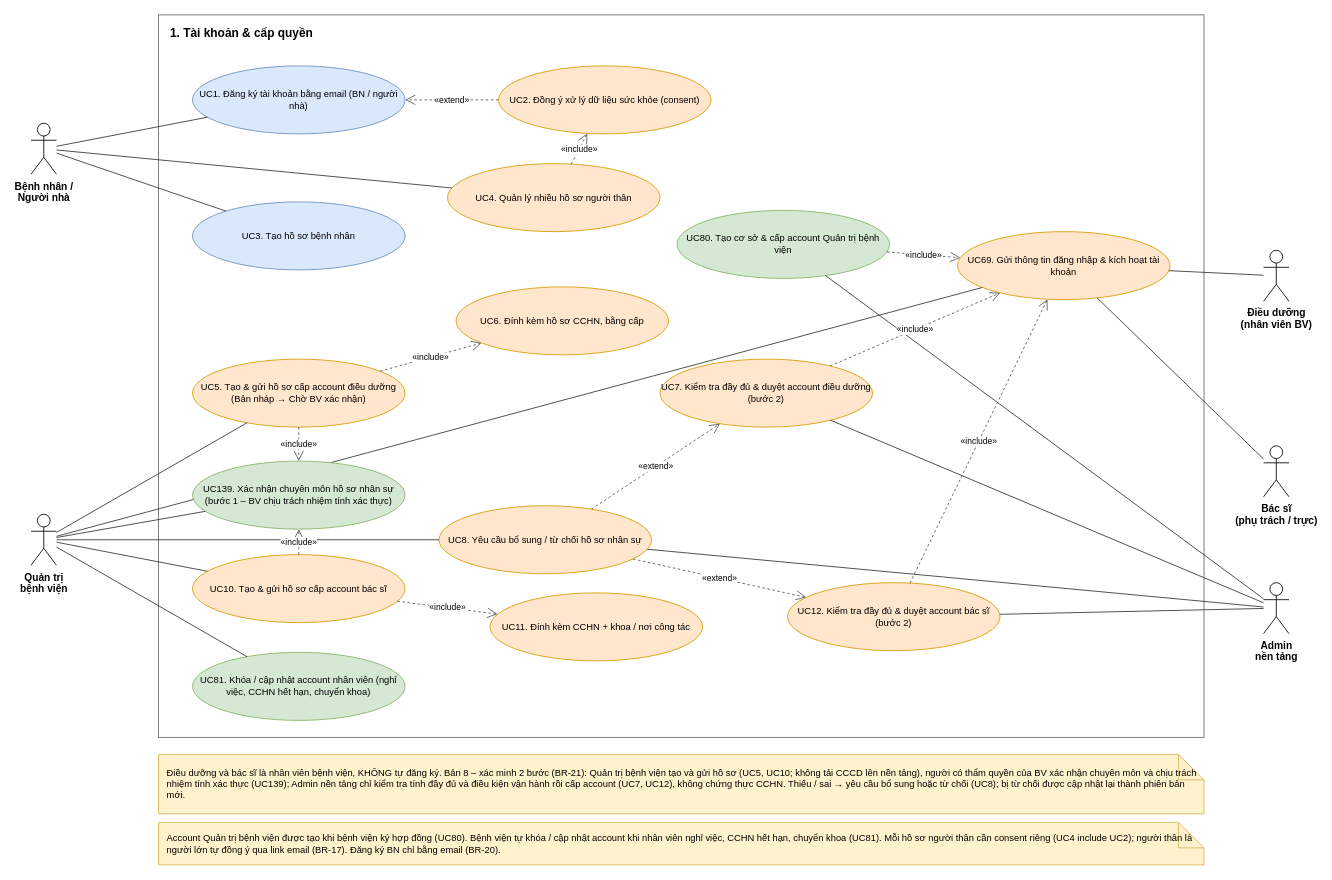
Before: page "1. Tai khoan va cap quyen" (2 of 15) of docs/design/use_case_diagram.drawio in NguyenHuuPhuc-Dev21/HealthCareSystem, a draw.io diagram. Source tidied: cells renumbered, new cells numbered last; positions are measured from the earlier drawing's top-left corner, leaving out a move shared by most shapes. Both pictures are drawn from the tidied source at 85%, with x=0, y=0 at pixel (31, 14).
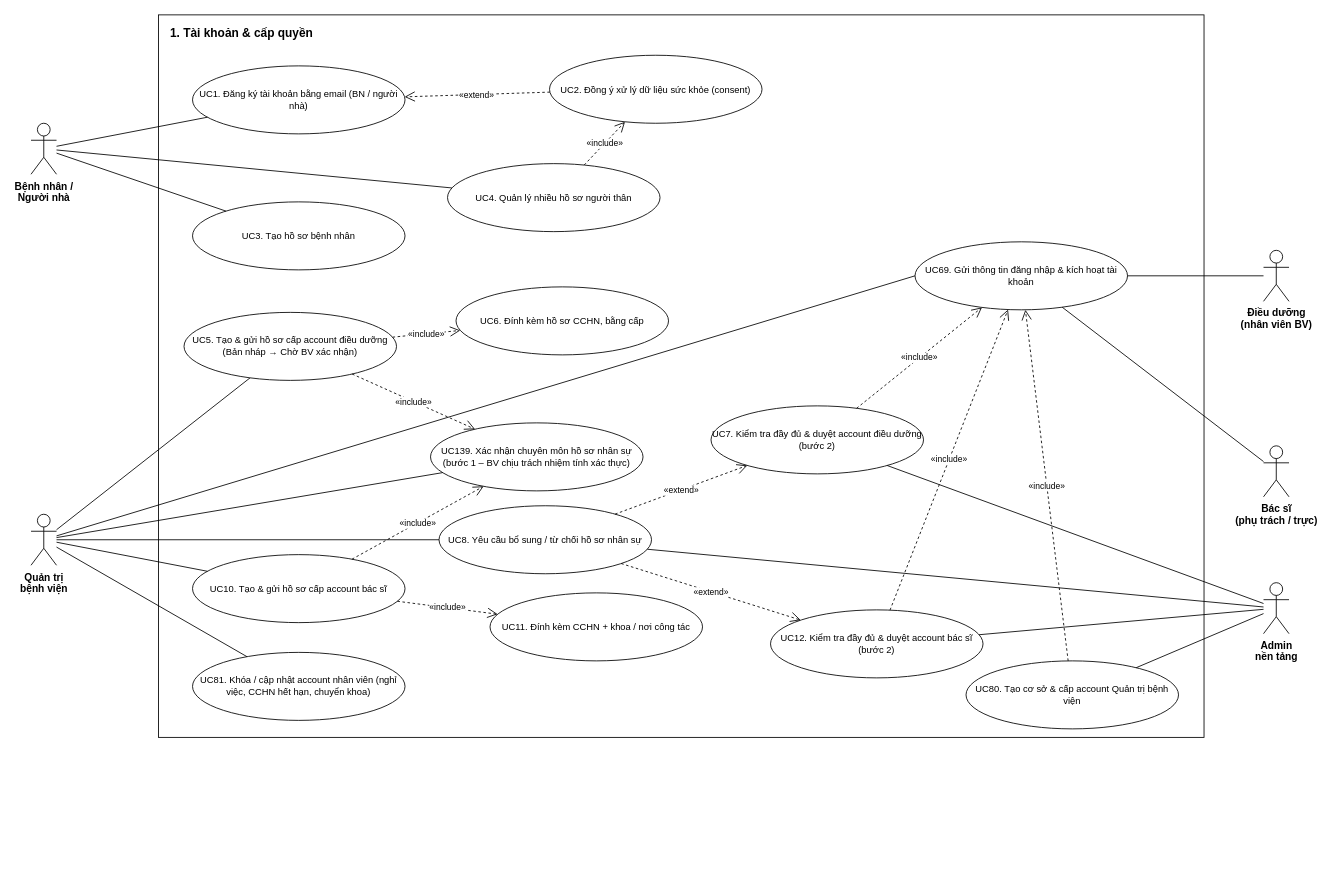
The same diagram, later.

Unchanged cells that the change refers to:
```xml
<mxCell id="17" value="Bệnh nhân /&lt;br&gt;Người nhà" style="shape=umlActor;verticalLabelPosition=bottom;verticalAlign=top;html=1;outlineConnect=0;fontSize=12;fontStyle=1;" parent="1" vertex="1">
  <mxGeometry y="127.5" width="30" height="60" as="geometry" />
</mxCell>
<mxCell id="18" value="Quản trị&lt;br&gt;bệnh viện" style="shape=umlActor;verticalLabelPosition=bottom;verticalAlign=top;html=1;outlineConnect=0;fontSize=12;fontStyle=1;" parent="1" vertex="1">
  <mxGeometry y="587.5" width="30" height="60" as="geometry" />
</mxCell>
<mxCell id="19" value="Điều dưỡng&lt;br&gt;(nhân viên BV)" style="shape=umlActor;verticalLabelPosition=bottom;verticalAlign=top;html=1;outlineConnect=0;fontSize=12;fontStyle=1;" parent="1" vertex="1">
  <mxGeometry x="1450" y="277" width="30" height="60" as="geometry" />
</mxCell>
<mxCell id="20" value="Bác sĩ&lt;br&gt;(phụ trách / trực)" style="shape=umlActor;verticalLabelPosition=bottom;verticalAlign=top;html=1;outlineConnect=0;fontSize=12;fontStyle=1;" parent="1" vertex="1">
  <mxGeometry x="1450" y="507" width="30" height="60" as="geometry" />
</mxCell>
<mxCell id="21" value="Admin&lt;br&gt;nền tảng" style="shape=umlActor;verticalLabelPosition=bottom;verticalAlign=top;html=1;outlineConnect=0;fontSize=12;fontStyle=1;" parent="1" vertex="1">
  <mxGeometry x="1450" y="668" width="30" height="60" as="geometry" />
</mxCell>
```

Change to the diagram source:
```diff
@@
-    <mxCell id="2" value="1. Tài khoản &amp; cấp quyền" style="rounded=0;whiteSpace=wrap;html=1;fillColor=none;strokeColor=#666666;verticalAlign=top;align=left;spacingLeft=12;spacingTop=6;fontStyle=1;fontSize=14;" parent="1" vertex="1">
+    <mxCell id="2" value="1. Tài khoản &amp; cấp quyền" style="rounded=0;whiteSpace=wrap;html=1;verticalAlign=top;align=left;spacingLeft=12;spacingTop=6;fontStyle=1;fontSize=14;" parent="1" vertex="1">
       <mxGeometry x="150" width="1230" height="850" as="geometry" />
     </mxCell>
-    <mxCell id="3" value="UC1. Đăng ký tài khoản bằng email (BN / người nhà)" style="ellipse;whiteSpace=wrap;html=1;fillColor=#dae8fc;strokeColor=#6c8ebf;fontSize=11;" parent="1" vertex="1">
+    <mxCell id="3" value="UC1. Đăng ký tài khoản bằng email (BN / người nhà)" style="ellipse;whiteSpace=wrap;html=1;fontSize=11;" parent="1" vertex="1">
       <mxGeometry x="190" y="60" width="250" height="80" as="geometry" />
     </mxCell>
-    <mxCell id="4" value="UC2. Đồng ý xử lý dữ liệu sức khỏe (consent)" style="ellipse;whiteSpace=wrap;html=1;fillColor=#ffe6cc;strokeColor=#d79b00;fontSize=11;" parent="1" vertex="1">
-      <mxGeometry x="550" y="60" width="250" height="80" as="geometry" />
+    <mxCell id="4" value="UC2. Đồng ý xử lý dữ liệu sức khỏe (consent)" style="ellipse;whiteSpace=wrap;html=1;fontSize=11;" parent="1" vertex="1">
+      <mxGeometry x="610" y="47.5" width="250" height="80" as="geometry" />
     </mxCell>
-    <mxCell id="5" value="UC3. Tạo hồ sơ bệnh nhân" style="ellipse;whiteSpace=wrap;html=1;fillColor=#dae8fc;strokeColor=#6c8ebf;fontSize=11;" parent="1" vertex="1">
+    <mxCell id="5" value="UC3. Tạo hồ sơ bệnh nhân" style="ellipse;whiteSpace=wrap;html=1;fontSize=11;" parent="1" vertex="1">
       <mxGeometry x="190" y="220" width="250" height="80" as="geometry" />
     </mxCell>
-    <mxCell id="6" value="UC4. Quản lý nhiều hồ sơ người thân" style="ellipse;whiteSpace=wrap;html=1;fillColor=#ffe6cc;strokeColor=#d79b00;fontSize=11;" parent="1" vertex="1">
+    <mxCell id="6" value="UC4. Quản lý nhiều hồ sơ người thân" style="ellipse;whiteSpace=wrap;html=1;fontSize=11;" parent="1" vertex="1">
       <mxGeometry x="490" y="175" width="250" height="80" as="geometry" />
     </mxCell>
-    <mxCell id="7" value="UC80. Tạo cơ sở &amp; cấp account Quản trị bệnh viện" style="ellipse;whiteSpace=wrap;html=1;fillColor=#d5e8d4;strokeColor=#82b366;fontSize=11;" parent="1" vertex="1">
-      <mxGeometry x="760" y="230" width="250" height="80" as="geometry" />
+    <mxCell id="7" value="UC80. Tạo cơ sở &amp; cấp account Quản trị bệnh viện" style="ellipse;whiteSpace=wrap;html=1;fontSize=11;" parent="1" vertex="1">
+      <mxGeometry x="1100" y="760" width="250" height="80" as="geometry" />
     </mxCell>
-    <mxCell id="8" value="UC5. Tạo &amp;amp; gửi hồ sơ cấp account điều dưỡng (Bản nháp → Chờ BV xác nhận)" style="ellipse;whiteSpace=wrap;html=1;fillColor=#ffe6cc;strokeColor=#d79b00;fontSize=11;" parent="1" vertex="1">
-      <mxGeometry x="190" y="405" width="250" height="80" as="geometry" />
+    <mxCell id="8" value="UC5. Tạo &amp;amp; gửi hồ sơ cấp account điều dưỡng (Bản nháp → Chờ BV xác nhận)" style="ellipse;whiteSpace=wrap;html=1;fontSize=11;" parent="1" vertex="1">
+      <mxGeometry x="180" y="350" width="250" height="80" as="geometry" />
     </mxCell>
-    <mxCell id="9" value="UC6. Đính kèm hồ sơ CCHN, bằng cấp" style="ellipse;whiteSpace=wrap;html=1;fillColor=#ffe6cc;strokeColor=#d79b00;fontSize=11;" parent="1" vertex="1">
+    <mxCell id="9" value="UC6. Đính kèm hồ sơ CCHN, bằng cấp" style="ellipse;whiteSpace=wrap;html=1;fontSize=11;" parent="1" vertex="1">
       <mxGeometry x="500" y="320" width="250" height="80" as="geometry" />
     </mxCell>
-    <mxCell id="10" value="UC7. Kiểm tra đầy đủ &amp;amp; duyệt account điều dưỡng (bước 2)" style="ellipse;whiteSpace=wrap;html=1;fillColor=#ffe6cc;strokeColor=#d79b00;fontSize=11;" parent="1" vertex="1">
-      <mxGeometry x="740" y="405" width="250" height="80" as="geometry" />
+    <mxCell id="10" value="UC7. Kiểm tra đầy đủ &amp;amp; duyệt account điều dưỡng (bước 2)" style="ellipse;whiteSpace=wrap;html=1;fontSize=11;" parent="1" vertex="1">
+      <mxGeometry x="800" y="460" width="250" height="80" as="geometry" />
     </mxCell>
-    <mxCell id="11" value="UC69. Gửi thông tin đăng nhập &amp; kích hoạt tài khoản" style="ellipse;whiteSpace=wrap;html=1;fillColor=#ffe6cc;strokeColor=#d79b00;fontSize=11;" parent="1" vertex="1">
-      <mxGeometry x="1090" y="255" width="250" height="80" as="geometry" />
+    <mxCell id="11" value="UC69. Gửi thông tin đăng nhập &amp; kích hoạt tài khoản" style="ellipse;whiteSpace=wrap;html=1;fontSize=11;" parent="1" vertex="1">
+      <mxGeometry x="1040" y="267" width="250" height="80" as="geometry" />
     </mxCell>
-    <mxCell id="12" value="UC8. Yêu cầu bổ sung / từ chối hồ sơ nhân sự" style="ellipse;whiteSpace=wrap;html=1;fillColor=#ffe6cc;strokeColor=#d79b00;fontSize=11;" parent="1" vertex="1">
+    <mxCell id="12" value="UC8. Yêu cầu bổ sung / từ chối hồ sơ nhân sự" style="ellipse;whiteSpace=wrap;html=1;fontSize=11;" parent="1" vertex="1">
       <mxGeometry x="480" y="577.5" width="250" height="80" as="geometry" />
     </mxCell>
-    <mxCell id="13" value="UC10. Tạo &amp;amp; gửi hồ sơ cấp account bác sĩ" style="ellipse;whiteSpace=wrap;html=1;fillColor=#ffe6cc;strokeColor=#d79b00;fontSize=11;" parent="1" vertex="1">
+    <mxCell id="13" value="UC10. Tạo &amp;amp; gửi hồ sơ cấp account bác sĩ" style="ellipse;whiteSpace=wrap;html=1;fontSize=11;" parent="1" vertex="1">
       <mxGeometry x="190" y="635" width="250" height="80" as="geometry" />
     </mxCell>
-    <mxCell id="14" value="UC11. Đính kèm CCHN + khoa / nơi công tác" style="ellipse;whiteSpace=wrap;html=1;fillColor=#ffe6cc;strokeColor=#d79b00;fontSize=11;" parent="1" vertex="1">
+    <mxCell id="14" value="UC11. Đính kèm CCHN + khoa / nơi công tác" style="ellipse;whiteSpace=wrap;html=1;fontSize=11;" parent="1" vertex="1">
       <mxGeometry x="540" y="680" width="250" height="80" as="geometry" />
     </mxCell>
-    <mxCell id="15" value="UC12. Kiểm tra đầy đủ &amp;amp; duyệt account bác sĩ (bước 2)" style="ellipse;whiteSpace=wrap;html=1;fillColor=#ffe6cc;strokeColor=#d79b00;fontSize=11;" parent="1" vertex="1">
-      <mxGeometry x="890" y="668" width="250" height="80" as="geometry" />
+    <mxCell id="15" value="UC12. Kiểm tra đầy đủ &amp;amp; duyệt account bác sĩ (bước 2)" style="ellipse;whiteSpace=wrap;html=1;fontSize=11;" parent="1" vertex="1">
+      <mxGeometry x="870" y="700" width="250" height="80" as="geometry" />
     </mxCell>
-    <mxCell id="16" value="UC81. Khóa / cập nhật account nhân viên (nghỉ việc, CCHN hết hạn, chuyển khoa)" style="ellipse;whiteSpace=wrap;html=1;fillColor=#d5e8d4;strokeColor=#82b366;fontSize=11;" parent="1" vertex="1">
+    <mxCell id="16" value="UC81. Khóa / cập nhật account nhân viên (nghỉ việc, CCHN hết hạn, chuyển khoa)" style="ellipse;whiteSpace=wrap;html=1;fontSize=11;" parent="1" vertex="1">
       <mxGeometry x="190" y="750" width="250" height="80" as="geometry" />
     </mxCell>
@@
-    <mxCell id="22" style="endArrow=none;html=1;rounded=0;strokeColor=#333333;" parent="1" edge="1" source="17" target="3">
+    <mxCell id="22" style="endArrow=none;html=1;rounded=0;" parent="1" edge="1" source="17" target="3">
       <mxGeometry relative="1" as="geometry" />
     </mxCell>
-    <mxCell id="23" style="endArrow=none;html=1;rounded=0;strokeColor=#333333;" parent="1" edge="1" source="17" target="5">
+    <mxCell id="23" style="endArrow=none;html=1;rounded=0;" parent="1" edge="1" source="17" target="5">
       <mxGeometry relative="1" as="geometry" />
     </mxCell>
-    <mxCell id="24" style="endArrow=none;html=1;rounded=0;strokeColor=#333333;" parent="1" edge="1" source="17" target="6">
+    <mxCell id="24" style="endArrow=none;html=1;rounded=0;" parent="1" edge="1" source="17" target="6">
       <mxGeometry relative="1" as="geometry" />
     </mxCell>
-    <mxCell id="25" style="endArrow=none;html=1;rounded=0;strokeColor=#333333;" parent="1" edge="1" source="18" target="8">
+    <mxCell id="25" style="endArrow=none;html=1;rounded=0;" parent="1" edge="1" source="18" target="8">
       <mxGeometry relative="1" as="geometry" />
     </mxCell>
-    <mxCell id="26" style="endArrow=none;html=1;rounded=0;strokeColor=#333333;" parent="1" edge="1" source="18" target="13">
+    <mxCell id="26" style="endArrow=none;html=1;rounded=0;" parent="1" edge="1" source="18" target="13">
       <mxGeometry relative="1" as="geometry" />
     </mxCell>
-    <mxCell id="27" style="endArrow=none;html=1;rounded=0;strokeColor=#333333;" parent="1" edge="1" source="18" target="16">
+    <mxCell id="27" style="endArrow=none;html=1;rounded=0;" parent="1" edge="1" source="18" target="16">
       <mxGeometry relative="1" as="geometry" />
     </mxCell>
-    <mxCell id="28" style="endArrow=none;html=1;rounded=0;strokeColor=#333333;" parent="1" edge="1" source="18" target="12">
+    <mxCell id="28" style="endArrow=none;html=1;rounded=0;" parent="1" edge="1" source="18" target="12">
       <mxGeometry relative="1" as="geometry" />
     </mxCell>
-    <mxCell id="29" style="endArrow=none;html=1;rounded=0;strokeColor=#333333;" parent="1" edge="1" source="18" target="11">
+    <mxCell id="29" style="endArrow=none;html=1;rounded=0;entryX=0;entryY=0.5;entryDx=0;entryDy=0;" parent="1" edge="1" source="18" target="11">
       <mxGeometry relative="1" as="geometry" />
     </mxCell>
-    <mxCell id="30" style="endArrow=none;html=1;rounded=0;strokeColor=#333333;" parent="1" edge="1" source="21" target="10">
+    <mxCell id="30" style="endArrow=none;html=1;rounded=0;" parent="1" edge="1" source="21" target="10">
       <mxGeometry relative="1" as="geometry" />
     </mxCell>
-    <mxCell id="31" style="endArrow=none;html=1;rounded=0;strokeColor=#333333;" parent="1" edge="1" source="21" target="15">
+    <mxCell id="31" style="endArrow=none;html=1;rounded=0;" parent="1" edge="1" source="21" target="15">
       <mxGeometry relative="1" as="geometry" />
     </mxCell>
-    <mxCell id="32" style="endArrow=none;html=1;rounded=0;strokeColor=#333333;" parent="1" edge="1" source="21" target="7">
+    <mxCell id="32" style="endArrow=none;html=1;rounded=0;" parent="1" edge="1" source="21" target="7">
       <mxGeometry relative="1" as="geometry" />
     </mxCell>
-    <mxCell id="33" style="endArrow=none;html=1;rounded=0;strokeColor=#333333;" parent="1" edge="1" source="19" target="11">
+    <mxCell id="33" style="endArrow=none;html=1;rounded=0;" parent="1" edge="1" source="19" target="11">
       <mxGeometry relative="1" as="geometry" />
     </mxCell>
-    <mxCell id="34" style="endArrow=none;html=1;rounded=0;strokeColor=#333333;" parent="1" edge="1" source="20" target="11">
+    <mxCell id="34" style="endArrow=none;html=1;rounded=0;" parent="1" edge="1" source="20" target="11">
       <mxGeometry relative="1" as="geometry" />
     </mxCell>
-    <mxCell id="35" value="«extend»" style="endArrow=open;endSize=10;dashed=1;html=1;rounded=0;fontSize=10;labelBackgroundColor=#ffffff;strokeColor=#555555;" parent="1" edge="1" source="4" target="3">
+    <mxCell id="35" value="«extend»" style="endArrow=open;endSize=10;dashed=1;html=1;rounded=0;fontSize=10;labelBackgroundColor=#ffffff;" parent="1" edge="1" source="4" target="3">
       <mxGeometry relative="1" as="geometry" />
     </mxCell>
-    <mxCell id="36" value="«include»" style="endArrow=open;endSize=10;dashed=1;html=1;rounded=0;fontSize=10;labelBackgroundColor=#ffffff;strokeColor=#555555;" parent="1" edge="1" source="6" target="4">
+    <mxCell id="36" value="«include»" style="endArrow=open;endSize=10;dashed=1;html=1;rounded=0;fontSize=10;labelBackgroundColor=#ffffff;" parent="1" edge="1" source="6" target="4">
       <mxGeometry relative="1" as="geometry" />
     </mxCell>
-    <mxCell id="37" value="«include»" style="endArrow=open;endSize=10;dashed=1;html=1;rounded=0;fontSize=10;labelBackgroundColor=#ffffff;strokeColor=#555555;" parent="1" edge="1" source="8" target="9">
+    <mxCell id="37" value="«include»" style="endArrow=open;endSize=10;dashed=1;html=1;rounded=0;fontSize=10;labelBackgroundColor=#ffffff;" parent="1" edge="1" source="8" target="9">
       <mxGeometry relative="1" as="geometry" />
     </mxCell>
-    <mxCell id="38" value="«include»" style="endArrow=open;endSize=10;dashed=1;html=1;rounded=0;fontSize=10;labelBackgroundColor=#ffffff;strokeColor=#555555;" parent="1" edge="1" source="13" target="14">
+    <mxCell id="38" value="«include»" style="endArrow=open;endSize=10;dashed=1;html=1;rounded=0;fontSize=10;labelBackgroundColor=#ffffff;" parent="1" edge="1" source="13" target="14">
       <mxGeometry relative="1" as="geometry" />
     </mxCell>
-    <mxCell id="39" value="«include»" style="endArrow=open;endSize=10;dashed=1;html=1;rounded=0;fontSize=10;labelBackgroundColor=#ffffff;strokeColor=#555555;" parent="1" edge="1" source="10" target="11">
+    <mxCell id="39" value="«include»" style="endArrow=open;endSize=10;dashed=1;html=1;rounded=0;fontSize=10;labelBackgroundColor=#ffffff;" parent="1" edge="1" source="10" target="11">
       <mxGeometry relative="1" as="geometry" />
     </mxCell>
-    <mxCell id="40" value="«include»" style="endArrow=open;endSize=10;dashed=1;html=1;rounded=0;fontSize=10;labelBackgroundColor=#ffffff;strokeColor=#555555;" parent="1" edge="1" source="15" target="11">
+    <mxCell id="40" value="«include»" style="endArrow=open;endSize=10;dashed=1;html=1;rounded=0;fontSize=10;labelBackgroundColor=#ffffff;" parent="1" edge="1" source="15" target="11">
       <mxGeometry relative="1" as="geometry" />
     </mxCell>
-    <mxCell id="41" value="«include»" style="endArrow=open;endSize=10;dashed=1;html=1;rounded=0;fontSize=10;labelBackgroundColor=#ffffff;strokeColor=#555555;" parent="1" edge="1" source="7" target="11">
+    <mxCell id="41" value="«include»" style="endArrow=open;endSize=10;dashed=1;html=1;rounded=0;fontSize=10;labelBackgroundColor=#ffffff;" parent="1" edge="1" source="7" target="11">
       <mxGeometry relative="1" as="geometry" />
     </mxCell>
-    <mxCell id="42" value="«extend»" style="endArrow=open;endSize=10;dashed=1;html=1;rounded=0;fontSize=10;labelBackgroundColor=#ffffff;strokeColor=#555555;" parent="1" edge="1" source="12" target="10">
+    <mxCell id="42" value="«extend»" style="endArrow=open;endSize=10;dashed=1;html=1;rounded=0;fontSize=10;labelBackgroundColor=#ffffff;" parent="1" edge="1" source="12" target="10">
       <mxGeometry relative="1" as="geometry" />
     </mxCell>
-    <mxCell id="43" value="«extend»" style="endArrow=open;endSize=10;dashed=1;html=1;rounded=0;fontSize=10;labelBackgroundColor=#ffffff;strokeColor=#555555;" parent="1" edge="1" source="12" target="15">
+    <mxCell id="43" value="«extend»" style="endArrow=open;endSize=10;dashed=1;html=1;rounded=0;fontSize=10;labelBackgroundColor=#ffffff;" parent="1" edge="1" source="12" target="15">
       <mxGeometry relative="1" as="geometry" />
     </mxCell>
-    <mxCell id="44" value="Điều dưỡng và bác sĩ là nhân viên bệnh viện, KHÔNG tự đăng ký. Bản 8 – xác minh 2 bước (BR-21): Quản trị bệnh viện tạo và gửi hồ sơ (UC5, UC10; không tải CCCD lên nền tảng), người có thẩm quyền của BV xác nhận chuyên môn và chịu trách nhiệm tính xác thực (UC139); Admin nền tảng chỉ kiểm tra tính đầy đủ và điều kiện vận hành rồi cấp account (UC7, UC12), không chứng thực CCHN. Thiếu / sai → yêu cầu bổ sung hoặc từ chối (UC8); bị từ chối được cập nhật lại thành phiên bản mới." style="shape=note;whiteSpace=wrap;html=1;fillColor=#fff2cc;strokeColor=#d6b656;fontSize=11;align=left;spacingLeft=8;spacingRight=8;" parent="1" vertex="1">
-      <mxGeometry x="150" y="870" width="1230" height="70" as="geometry" />
-    </mxCell>
-    <mxCell id="45" value="Account Quản trị bệnh viện được tạo khi bệnh viện ký hợp đồng (UC80). Bệnh viện tự khóa / cập nhật account khi nhân viên nghỉ việc, CCHN hết hạn, chuyển khoa (UC81). Mỗi hồ sơ người thân cần consent riêng (UC4 include UC2); người thân là người lớn tự đồng ý qua link email (BR-17). Đăng ký BN chỉ bằng email (BR-20)." style="shape=note;whiteSpace=wrap;html=1;fillColor=#fff2cc;strokeColor=#d6b656;fontSize=11;align=left;spacingLeft=8;spacingRight=8;" parent="1" vertex="1">
-      <mxGeometry x="150" y="950" width="1230" height="50" as="geometry" />
-    </mxCell>
-    <mxCell id="46" style="endArrow=none;html=1;rounded=0;strokeColor=#333333;" parent="1" edge="1" source="21" target="12">
+    <mxCell id="46" style="endArrow=none;html=1;rounded=0;" parent="1" edge="1" source="21" target="12">
       <mxGeometry relative="1" as="geometry" />
     </mxCell>
-    <mxCell id="47" value="UC139. Xác nhận chuyên môn hồ sơ nhân sự (bước 1 – BV chịu trách nhiệm tính xác thực)" style="ellipse;whiteSpace=wrap;html=1;fillColor=#d5e8d4;strokeColor=#82b366;fontSize=11;" parent="1" vertex="1">
-      <mxGeometry x="190" y="525" width="250" height="80" as="geometry" />
+    <mxCell id="47" value="UC139. Xác nhận chuyên môn hồ sơ nhân sự (bước 1 – BV chịu trách nhiệm tính xác thực)" style="ellipse;whiteSpace=wrap;html=1;fontSize=11;" parent="1" vertex="1">
+      <mxGeometry x="470" y="480" width="250" height="80" as="geometry" />
     </mxCell>
-    <mxCell id="48" style="endArrow=none;html=1;rounded=0;strokeColor=#333333;" parent="1" edge="1" source="18" target="47">
+    <mxCell id="48" style="endArrow=none;html=1;rounded=0;" parent="1" edge="1" source="18" target="47">
       <mxGeometry relative="1" as="geometry" />
     </mxCell>
-    <mxCell id="49" value="«include»" style="endArrow=open;endSize=10;dashed=1;html=1;rounded=0;fontSize=10;labelBackgroundColor=#ffffff;strokeColor=#555555;" parent="1" edge="1" source="8" target="47">
+    <mxCell id="49" value="«include»" style="endArrow=open;endSize=10;dashed=1;html=1;rounded=0;fontSize=10;labelBackgroundColor=#ffffff;" parent="1" edge="1" source="8" target="47">
       <mxGeometry relative="1" as="geometry" />
     </mxCell>
-    <mxCell id="50" value="«include»" style="endArrow=open;endSize=10;dashed=1;html=1;rounded=0;fontSize=10;labelBackgroundColor=#ffffff;strokeColor=#555555;" parent="1" edge="1" source="13" target="47">
+    <mxCell id="50" value="«include»" style="endArrow=open;endSize=10;dashed=1;html=1;rounded=0;fontSize=10;labelBackgroundColor=#ffffff;" parent="1" edge="1" source="13" target="47">
       <mxGeometry relative="1" as="geometry" />
     </mxCell>
```
